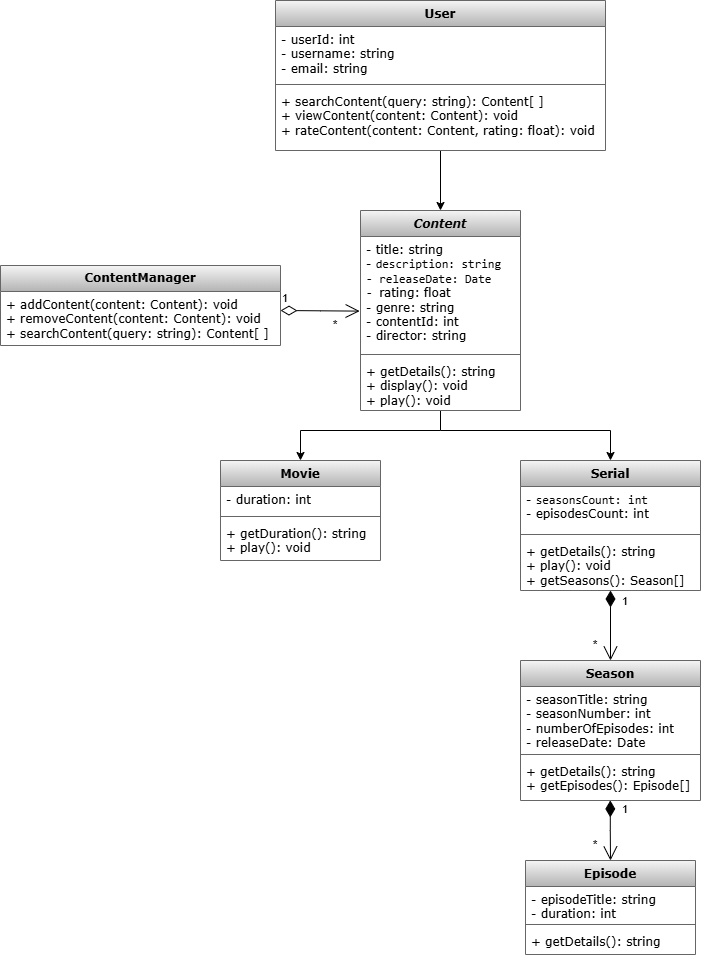
Earlier version of the draw.io export Class diagram Netflix.drawio.png (OlhaLeno/software-documentation-and-design-patterns). Source tidied: cells renumbered, new cells last; positions are measured from the earlier drawing's top-left corner, leaving out a move shared by most shapes.
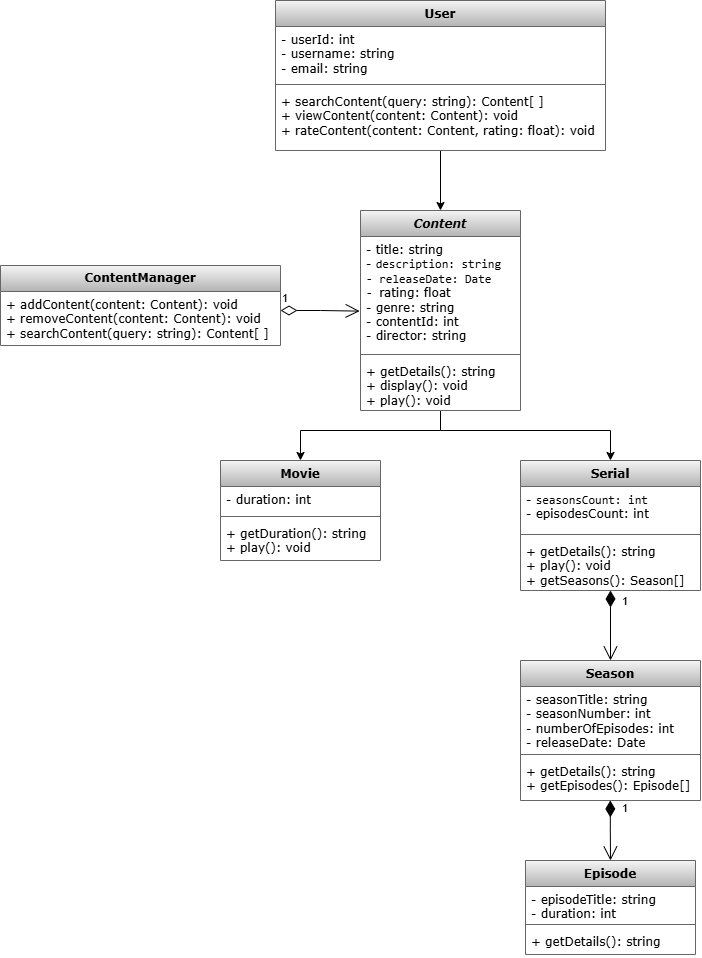
After the change.

Change to the diagram source:
```diff
@@ -83,12 +83,6 @@
         </Array>
       </mxGeometry>
     </mxCell>
-    <mxCell id="25" value="*" style="text;html=1;whiteSpace=wrap;strokeColor=none;fillColor=none;align=center;verticalAlign=middle;rounded=0;" parent="1" vertex="1">
-      <mxGeometry x="330" y="320" width="10" height="10" as="geometry" />
-    </mxCell>
-    <mxCell id="26" value="*" style="text;html=1;whiteSpace=wrap;strokeColor=none;fillColor=none;align=center;verticalAlign=middle;rounded=0;" parent="1" vertex="1">
-      <mxGeometry x="590" y="640" width="10" height="10" as="geometry" />
-    </mxCell>
     <mxCell id="27" value="&lt;span style=&quot;font-weight: 700;&quot;&gt;ContentManager&lt;/span&gt;" style="swimlane;fontStyle=0;horizontal=1;startSize=26;fillColor=#f5f5f5;whiteSpace=wrap;html=1;gradientColor=#b3b3b3;strokeColor=#666666;fontFamily=Verdana;" parent="1" vertex="1">
       <mxGeometry y="265" width="280" height="80" as="geometry" />
     </mxCell>
@@ -118,9 +112,6 @@
     <mxCell id="34" value="+ getDetails(): string" style="text;strokeColor=none;fillColor=none;align=left;verticalAlign=top;spacingLeft=4;spacingRight=4;overflow=hidden;whiteSpace=wrap;html=1;fontFamily=Verdana;" parent="31" vertex="1">
       <mxGeometry y="68" width="170" height="26" as="geometry" />
     </mxCell>
-    <mxCell id="35" value="*" style="text;html=1;whiteSpace=wrap;strokeColor=none;fillColor=none;align=center;verticalAlign=middle;rounded=0;" parent="1" vertex="1">
-      <mxGeometry x="590" y="840" width="10" height="10" as="geometry" />
-    </mxCell>
     <mxCell id="36" value="1" style="endArrow=open;html=1;endSize=12;startArrow=diamondThin;startSize=14;startFill=1;edgeStyle=orthogonalEdgeStyle;align=left;verticalAlign=bottom;rounded=0;entryX=0.5;entryY=0;entryDx=0;entryDy=0;exitX=0.499;exitY=0.998;exitDx=0;exitDy=0;exitPerimeter=0;" parent="1" edge="1" source="23" target="31">
       <mxGeometry x="-0.43" y="10" relative="1" as="geometry" />
     </mxCell>
```
